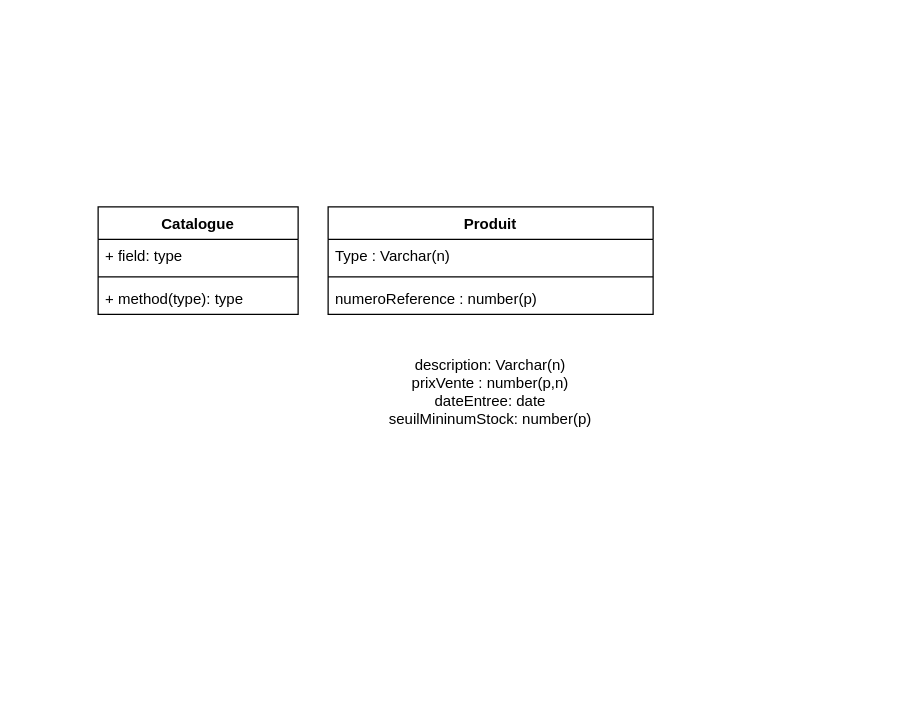
RaphaelJ-S/inf3080-tp keeps this draw.io diagram as Untitled Diagram.drawio. Above is the earlier version. Source tidied: cells renumbered, new cells numbered last; positions are measured from the earlier drawing's top-left corner, leaving out a move shared by most shapes. Both pictures are drawn from the tidied source at 125%, with x=0, y=0 at pixel (98, 206).
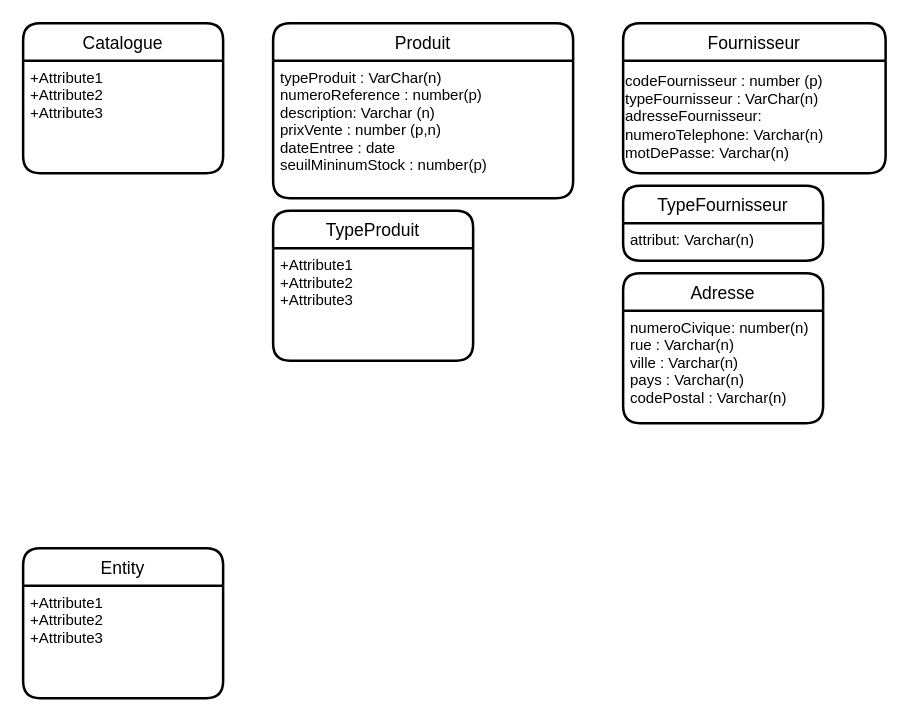
The same diagram, later.

Commit message:
Ajout multiples Classes

The edit, as a diff of the source:
```diff
@@
 <mxGraphModel>
   <root>
     <mxCell id="0" />
     <mxCell id="1" parent="0" />
-    <mxCell id="2" value="Catalogue" style="swimlane;fontStyle=1;align=center;verticalAlign=top;horizontal=1;startSize=26;" parent="1" vertex="1">
-      <mxGeometry width="160" height="86" as="geometry" />
+    <mxCell id="2" value="Catalogue" style="swimlane;horizontal=1;startSize=30;rounded=1;fontSize=14;fontStyle=0;strokeWidth=2;shadow=0;dashed=0;align=center;" parent="1" vertex="1">
+      <mxGeometry x="-60" y="-147" width="160" height="120" as="geometry" />
     </mxCell>
-    <mxCell id="3" value="+ field: type" style="text;strokeColor=none;fillColor=none;align=left;verticalAlign=top;spacingLeft=4;spacingRight=4;overflow=hidden;" parent="2" vertex="1">
-      <mxGeometry y="26" width="160" height="26" as="geometry" />
-    </mxCell>
-    <mxCell id="4" style="line;strokeWidth=1;fillColor=none;align=left;verticalAlign=middle;spacingTop=-1;spacingLeft=3;spacingRight=3;labelPosition=right;" parent="2" vertex="1">
-      <mxGeometry y="52" width="160" height="8" as="geometry" />
-    </mxCell>
-    <mxCell id="5" value="+ method(type): type" style="text;strokeColor=none;fillColor=none;align=left;verticalAlign=top;spacingLeft=4;spacingRight=4;overflow=hidden;" parent="2" vertex="1">
-      <mxGeometry y="60" width="160" height="26" as="geometry" />
-    </mxCell>
+    <mxCell id="11" value="+Attribute1&#10;+Attribute2&#10;+Attribute3" style="align=left;strokeColor=none;fillColor=none;spacingLeft=4;fontSize=12;verticalAlign=top;" parent="2" vertex="1">
+      <mxGeometry y="30" width="160" height="90" as="geometry" />
+    </mxCell>
+    <mxCell id="12" value="Fournisseur" style="swimlane;horizontal=1;startSize=30;rounded=1;fontSize=14;fontStyle=0;strokeWidth=2;shadow=0;dashed=0;align=center;" parent="1" vertex="1">
+      <mxGeometry x="420" y="-147" width="210" height="120" as="geometry" />
+    </mxCell>
+    <mxCell id="13" value="codeFournisseur : number (p)&lt;br&gt;&lt;div&gt;&lt;span&gt;typeFournisseur : VarChar(n)&lt;/span&gt;&lt;/div&gt;&lt;div&gt;&lt;span&gt;adresseFournisseur:&lt;/span&gt;&lt;/div&gt;&lt;div&gt;&lt;span&gt;numeroTelephone: Varchar(n)&lt;/span&gt;&lt;/div&gt;&lt;div&gt;&lt;span&gt;motDePasse: Varchar(n)&amp;nbsp;&amp;nbsp;&lt;/span&gt;&lt;/div&gt;" style="text;html=1;align=left;verticalAlign=middle;" parent="12" vertex="1">
+      <mxGeometry y="30" width="210" height="90" as="geometry" />
+    </mxCell>
-    <mxCell id="6" value="Produit" style="swimlane;fontStyle=1;align=center;verticalAlign=top;horizontal=1;startSize=26;" parent="1" vertex="1">
-      <mxGeometry x="184" width="260" height="86" as="geometry" />
+    <mxCell id="6" value="Produit" style="swimlane;horizontal=1;startSize=30;rounded=1;fontSize=14;fontStyle=0;strokeWidth=2;shadow=0;dashed=0;align=center;" parent="1" vertex="1">
+      <mxGeometry x="140" y="-147" width="240" height="140" as="geometry" />
     </mxCell>
-    <mxCell id="7" value="Type : Varchar(n)" style="text;strokeColor=none;fillColor=none;align=left;verticalAlign=top;spacingLeft=4;spacingRight=4;overflow=hidden;" parent="6" vertex="1">
-      <mxGeometry y="26" width="260" height="26" as="geometry" />
-    </mxCell>
-    <mxCell id="8" style="line;strokeWidth=1;fillColor=none;align=left;verticalAlign=middle;spacingTop=-1;spacingLeft=3;spacingRight=3;labelPosition=right;" parent="6" vertex="1">
-      <mxGeometry y="52" width="260" height="8" as="geometry" />
-    </mxCell>
-    <mxCell id="9" value="numeroReference : number(p) " style="text;strokeColor=none;fillColor=none;align=left;verticalAlign=top;spacingLeft=4;spacingRight=4;overflow=hidden;" parent="6" vertex="1">
-      <mxGeometry y="60" width="260" height="26" as="geometry" />
-    </mxCell>
-    <mxCell id="10" value="description: Varchar(n)&lt;br&gt;prixVente : number(p,n)&lt;br&gt;dateEntree: date&lt;br&gt;seuilMininumStock: number(p)&lt;br&gt;" style="text;html=1;strokeColor=none;fillColor=none;align=center;verticalAlign=middle;whiteSpace=wrap;rounded=0;" parent="1" vertex="1">
-      <mxGeometry x="184" y="103" width="260" height="90" as="geometry" />
-    </mxCell>
+    <mxCell id="14" value="typeProduit : VarChar(n)&#10;numeroReference : number(p)               &#10;description: Varchar (n)&#10;prixVente : number (p,n)&#10;dateEntree : date&#10;seuilMininumStock : number(p)" style="align=left;strokeColor=none;fillColor=none;spacingLeft=4;fontSize=12;verticalAlign=top;" parent="6" vertex="1">
+      <mxGeometry y="30" width="240" height="110" as="geometry" />
+    </mxCell>
+    <mxCell id="15" value="TypeProduit" style="swimlane;horizontal=1;startSize=30;rounded=1;fontSize=14;fontStyle=0;strokeWidth=2;shadow=0;dashed=0;align=center;" parent="1" vertex="1">
+      <mxGeometry x="140" y="3" width="160" height="120" as="geometry" />
+    </mxCell>
+    <mxCell id="16" value="+Attribute1&#10;+Attribute2&#10;+Attribute3" style="align=left;strokeColor=none;fillColor=none;spacingLeft=4;fontSize=12;verticalAlign=top;" parent="15" vertex="1">
+      <mxGeometry y="30" width="160" height="90" as="geometry" />
+    </mxCell>
+    <mxCell id="17" value="TypeFournisseur" style="swimlane;horizontal=1;startSize=30;rounded=1;fontSize=14;fontStyle=0;strokeWidth=2;shadow=0;dashed=0;align=center;" parent="1" vertex="1">
+      <mxGeometry x="420" y="-17" width="160" height="60" as="geometry" />
+    </mxCell>
+    <mxCell id="18" value="attribut: Varchar(n)" style="align=left;strokeColor=none;fillColor=none;spacingLeft=4;fontSize=12;verticalAlign=top;" parent="17" vertex="1">
+      <mxGeometry y="30" width="160" height="30" as="geometry" />
+    </mxCell>
+    <mxCell id="19" value="Adresse" style="swimlane;horizontal=1;startSize=30;rounded=1;fontSize=14;fontStyle=0;strokeWidth=2;shadow=0;dashed=0;align=center;" parent="1" vertex="1">
+      <mxGeometry x="420" y="53" width="160" height="120" as="geometry" />
+    </mxCell>
+    <mxCell id="20" value="numeroCivique: number(n)&#10;rue : Varchar(n)&#10;ville : Varchar(n)&#10;pays : Varchar(n)&#10;codePostal : Varchar(n)" style="align=left;strokeColor=none;fillColor=none;spacingLeft=4;fontSize=12;verticalAlign=top;" parent="19" vertex="1">
+      <mxGeometry y="30" width="160" height="90" as="geometry" />
+    </mxCell>
+    <mxCell id="21" value="Entity" style="swimlane;horizontal=1;startSize=30;rounded=1;fontSize=14;fontStyle=0;strokeWidth=2;shadow=0;dashed=0;align=center;" parent="1" vertex="1">
+      <mxGeometry x="-60" y="273" width="160" height="120" as="geometry" />
+    </mxCell>
+    <mxCell id="22" value="+Attribute1&#10;+Attribute2&#10;+Attribute3" style="align=left;strokeColor=none;fillColor=none;spacingLeft=4;fontSize=12;verticalAlign=top;" parent="21" vertex="1">
+      <mxGeometry y="30" width="160" height="90" as="geometry" />
+    </mxCell>
   </root>
 </mxGraphModel>
```
